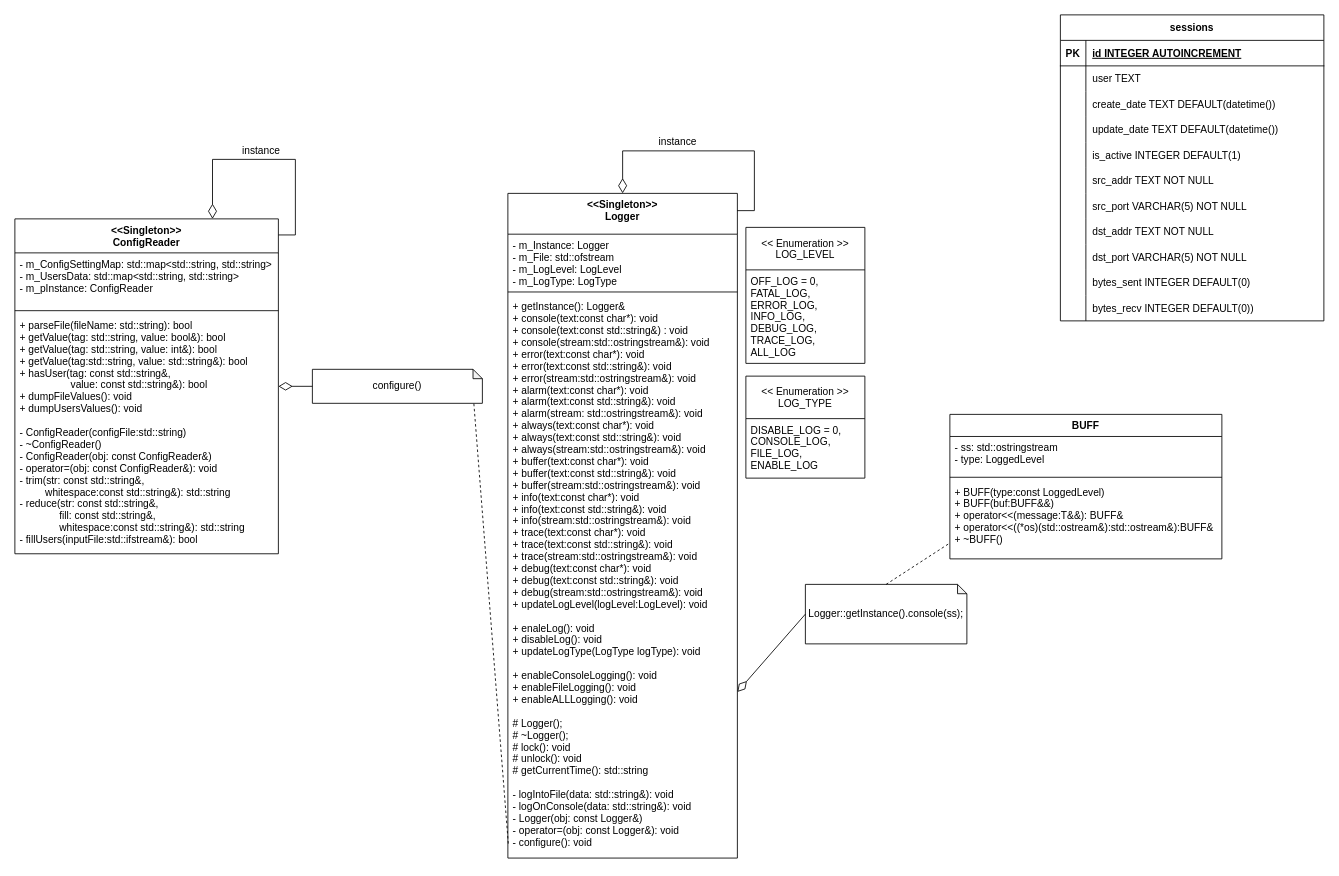
Earlier version of the draw.io diagram page "cfg and logger" (2 of 5) of uml.drawio (RektDerp/socks5-proxy-SUM-2022-copy). Source tidied: cells renumbered, new cells numbered last; positions are measured from the earlier drawing's top-left corner, leaving out a move shared by most shapes. Both pictures are drawn from the tidied source at 85%, with x=0, y=0 at pixel (14, 14).
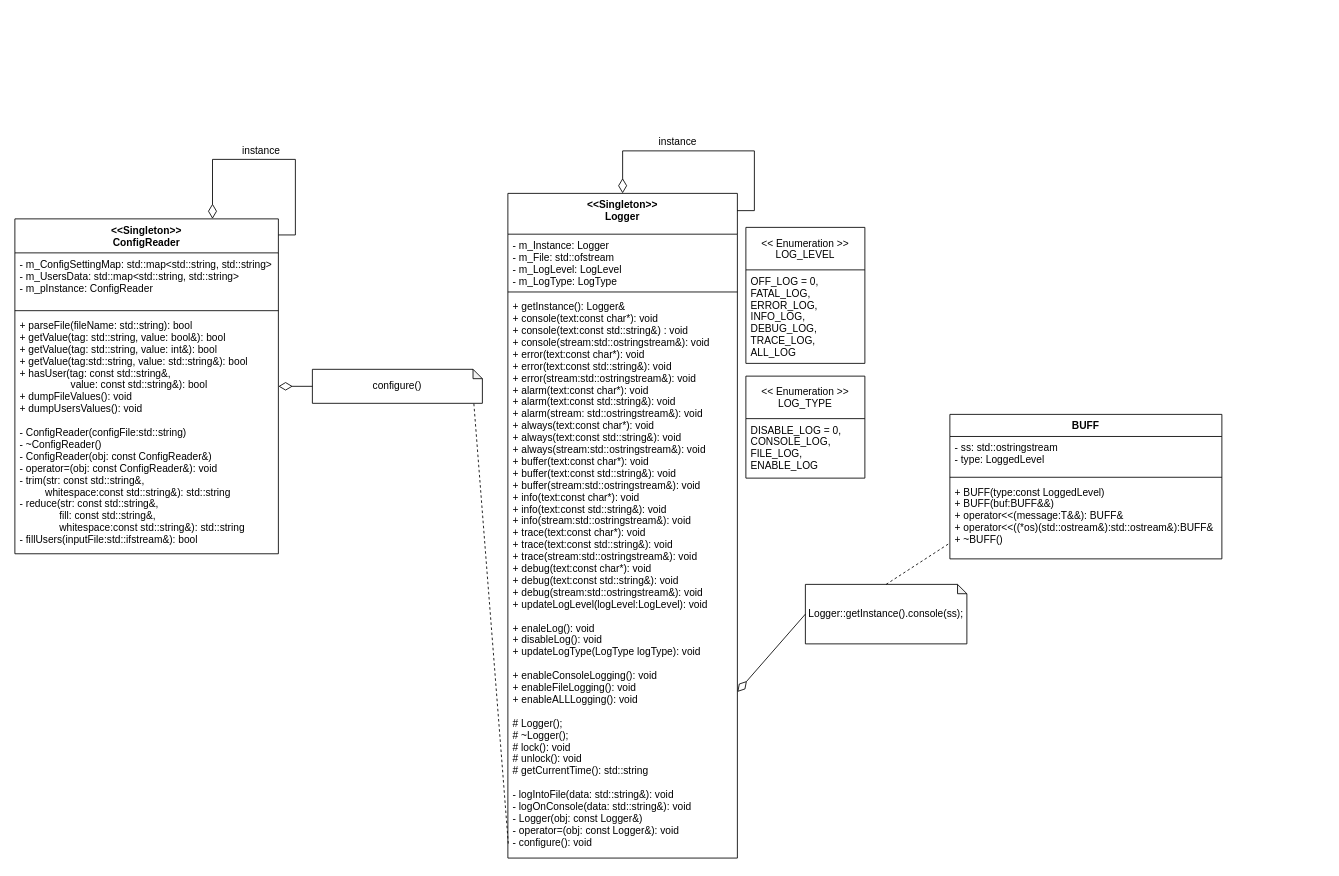
The same page after the edit.

What changed in the source:
```diff
@@
-    <mxCell id="28" value="sessions" style="shape=table;startSize=30;childLayout=tableLayout;rowLines=0;fontStyle=1;align=center;" parent="1" vertex="1">
-      <mxGeometry x="1230" width="310" height="360" as="geometry" />
-    </mxCell>
-    <mxCell id="29" style="shape=tableRow;horizontal=0;startSize=0;swimlaneHead=0;swimlaneBody=0;fillColor=none;top=0;left=0;right=0;bottom=1;" parent="28" vertex="1">
-      <mxGeometry y="30" width="310" height="30" as="geometry" />
-    </mxCell>
-    <mxCell id="30" value="PK" style="shape=partialRectangle;fillColor=none;top=0;left=0;bottom=0;right=0;fontStyle=1;overflow=hidden;" parent="29" vertex="1">
-      <mxGeometry width="30" height="30" as="geometry" />
-    </mxCell>
-    <mxCell id="31" value="id INTEGER AUTOINCREMENT" style="shape=partialRectangle;fillColor=none;top=0;left=0;bottom=0;right=0;align=left;spacingLeft=6;fontStyle=5;overflow=hidden;" parent="29" vertex="1">
-      <mxGeometry x="30" width="280" height="30" as="geometry" />
-    </mxCell>
-    <mxCell id="32" style="shape=tableRow;horizontal=0;startSize=0;swimlaneHead=0;swimlaneBody=0;fillColor=none;top=0;left=0;right=0;bottom=0;" parent="28" vertex="1">
-      <mxGeometry y="60" width="310" height="30" as="geometry" />
-    </mxCell>
-    <mxCell id="33" style="shape=partialRectangle;fillColor=none;top=0;left=0;bottom=0;right=0;overflow=hidden;" parent="32" vertex="1">
-      <mxGeometry width="30" height="30" as="geometry" />
-    </mxCell>
-    <mxCell id="34" value="user TEXT" style="shape=partialRectangle;fillColor=none;top=0;left=0;bottom=0;right=0;align=left;spacingLeft=6;overflow=hidden;" parent="32" vertex="1">
-      <mxGeometry x="30" width="280" height="30" as="geometry" />
-    </mxCell>
-    <mxCell id="35" style="shape=tableRow;horizontal=0;startSize=0;swimlaneHead=0;swimlaneBody=0;fillColor=none;top=0;left=0;right=0;bottom=0;" parent="28" vertex="1">
-      <mxGeometry y="90" width="310" height="30" as="geometry" />
-    </mxCell>
-    <mxCell id="36" style="shape=partialRectangle;fillColor=none;top=0;left=0;bottom=0;right=0;overflow=hidden;" parent="35" vertex="1">
-      <mxGeometry width="30" height="30" as="geometry" />
-    </mxCell>
-    <mxCell id="37" value="create_date TEXT DEFAULT(datetime())" style="shape=partialRectangle;fillColor=none;top=0;left=0;bottom=0;right=0;align=left;spacingLeft=6;overflow=hidden;" parent="35" vertex="1">
-      <mxGeometry x="30" width="280" height="30" as="geometry" />
-    </mxCell>
-    <mxCell id="38" style="shape=tableRow;horizontal=0;startSize=0;swimlaneHead=0;swimlaneBody=0;fillColor=none;top=0;left=0;right=0;bottom=0;" parent="28" vertex="1">
-      <mxGeometry y="120" width="310" height="30" as="geometry" />
-    </mxCell>
-    <mxCell id="39" style="shape=partialRectangle;fillColor=none;top=0;left=0;bottom=0;right=0;overflow=hidden;" parent="38" vertex="1">
-      <mxGeometry width="30" height="30" as="geometry" />
-    </mxCell>
-    <mxCell id="40" value="update_date TEXT DEFAULT(datetime())" style="shape=partialRectangle;fillColor=none;top=0;left=0;bottom=0;right=0;align=left;spacingLeft=6;overflow=hidden;" parent="38" vertex="1">
-      <mxGeometry x="30" width="280" height="30" as="geometry" />
-    </mxCell>
-    <mxCell id="41" style="shape=tableRow;horizontal=0;startSize=0;swimlaneHead=0;swimlaneBody=0;fillColor=none;top=0;left=0;right=0;bottom=0;" parent="28" vertex="1">
-      <mxGeometry y="150" width="310" height="30" as="geometry" />
-    </mxCell>
-    <mxCell id="42" style="shape=partialRectangle;fillColor=none;top=0;left=0;bottom=0;right=0;overflow=hidden;" parent="41" vertex="1">
-      <mxGeometry width="30" height="30" as="geometry" />
-    </mxCell>
-    <mxCell id="43" value="is_active INTEGER DEFAULT(1)" style="shape=partialRectangle;fillColor=none;top=0;left=0;bottom=0;right=0;align=left;spacingLeft=6;overflow=hidden;" parent="41" vertex="1">
-      <mxGeometry x="30" width="280" height="30" as="geometry" />
-    </mxCell>
-    <mxCell id="44" style="shape=tableRow;horizontal=0;startSize=0;swimlaneHead=0;swimlaneBody=0;fillColor=none;top=0;left=0;right=0;bottom=0;" parent="28" vertex="1">
-      <mxGeometry y="180" width="310" height="30" as="geometry" />
-    </mxCell>
-    <mxCell id="45" style="shape=partialRectangle;fillColor=none;top=0;left=0;bottom=0;right=0;overflow=hidden;" parent="44" vertex="1">
-      <mxGeometry width="30" height="30" as="geometry" />
-    </mxCell>
-    <mxCell id="46" value="src_addr TEXT NOT NULL" style="shape=partialRectangle;fillColor=none;top=0;left=0;bottom=0;right=0;align=left;spacingLeft=6;overflow=hidden;" parent="44" vertex="1">
-      <mxGeometry x="30" width="280" height="30" as="geometry" />
-    </mxCell>
-    <mxCell id="47" style="shape=tableRow;horizontal=0;startSize=0;swimlaneHead=0;swimlaneBody=0;fillColor=none;top=0;left=0;right=0;bottom=0;" parent="28" vertex="1">
-      <mxGeometry y="210" width="310" height="30" as="geometry" />
-    </mxCell>
-    <mxCell id="48" style="shape=partialRectangle;fillColor=none;top=0;left=0;bottom=0;right=0;overflow=hidden;" parent="47" vertex="1">
-      <mxGeometry width="30" height="30" as="geometry" />
-    </mxCell>
-    <mxCell id="49" value="src_port VARCHAR(5) NOT NULL" style="shape=partialRectangle;fillColor=none;top=0;left=0;bottom=0;right=0;align=left;spacingLeft=6;overflow=hidden;" parent="47" vertex="1">
-      <mxGeometry x="30" width="280" height="30" as="geometry" />
-    </mxCell>
-    <mxCell id="50" style="shape=tableRow;horizontal=0;startSize=0;swimlaneHead=0;swimlaneBody=0;fillColor=none;top=0;left=0;right=0;bottom=0;" parent="28" vertex="1">
-      <mxGeometry y="240" width="310" height="30" as="geometry" />
-    </mxCell>
-    <mxCell id="51" style="shape=partialRectangle;fillColor=none;top=0;left=0;bottom=0;right=0;overflow=hidden;" parent="50" vertex="1">
-      <mxGeometry width="30" height="30" as="geometry" />
-    </mxCell>
-    <mxCell id="52" value="dst_addr TEXT NOT NULL" style="shape=partialRectangle;fillColor=none;top=0;left=0;bottom=0;right=0;align=left;spacingLeft=6;overflow=hidden;" parent="50" vertex="1">
-      <mxGeometry x="30" width="280" height="30" as="geometry" />
-    </mxCell>
-    <mxCell id="53" style="shape=tableRow;horizontal=0;startSize=0;swimlaneHead=0;swimlaneBody=0;fillColor=none;top=0;left=0;right=0;bottom=0;" parent="28" vertex="1">
-      <mxGeometry y="270" width="310" height="30" as="geometry" />
-    </mxCell>
-    <mxCell id="54" style="shape=partialRectangle;fillColor=none;top=0;left=0;bottom=0;right=0;overflow=hidden;" parent="53" vertex="1">
-      <mxGeometry width="30" height="30" as="geometry" />
-    </mxCell>
-    <mxCell id="55" value="dst_port VARCHAR(5) NOT NULL" style="shape=partialRectangle;fillColor=none;top=0;left=0;bottom=0;right=0;align=left;spacingLeft=6;overflow=hidden;" parent="53" vertex="1">
-      <mxGeometry x="30" width="280" height="30" as="geometry" />
-    </mxCell>
-    <mxCell id="56" style="shape=tableRow;horizontal=0;startSize=0;swimlaneHead=0;swimlaneBody=0;fillColor=none;top=0;left=0;right=0;bottom=0;" parent="28" vertex="1">
-      <mxGeometry y="300" width="310" height="30" as="geometry" />
-    </mxCell>
-    <mxCell id="57" style="shape=partialRectangle;fillColor=none;top=0;left=0;bottom=0;right=0;overflow=hidden;" parent="56" vertex="1">
-      <mxGeometry width="30" height="30" as="geometry" />
-    </mxCell>
-    <mxCell id="58" value="bytes_sent INTEGER DEFAULT(0)" style="shape=partialRectangle;fillColor=none;top=0;left=0;bottom=0;right=0;align=left;spacingLeft=6;overflow=hidden;" parent="56" vertex="1">
-      <mxGeometry x="30" width="280" height="30" as="geometry" />
-    </mxCell>
-    <mxCell id="59" style="shape=tableRow;horizontal=0;startSize=0;swimlaneHead=0;swimlaneBody=0;fillColor=none;top=0;left=0;right=0;bottom=0;" parent="28" vertex="1">
-      <mxGeometry y="330" width="310" height="30" as="geometry" />
-    </mxCell>
-    <mxCell id="60" style="shape=partialRectangle;fillColor=none;top=0;left=0;bottom=0;right=0;overflow=hidden;" parent="59" vertex="1">
-      <mxGeometry width="30" height="30" as="geometry" />
-    </mxCell>
-    <mxCell id="61" value="bytes_recv INTEGER DEFAULT(0))" style="shape=partialRectangle;fillColor=none;top=0;left=0;bottom=0;right=0;align=left;spacingLeft=6;overflow=hidden;" parent="59" vertex="1">
-      <mxGeometry x="30" width="280" height="30" as="geometry" />
-    </mxCell>
```
